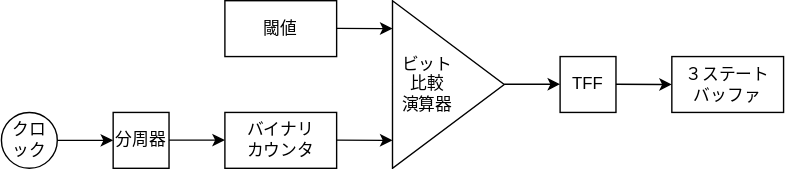
Before: Lab/Computer/Micon/PWM/img/circuit.drawio.svg, a diagram exported from draw.io (amane-uehara/kanade-k-1228.github.io). Source tidied: cells renumbered, new cells last; positions are measured from the earlier drawing's top-left corner, leaving out a move shared by most shapes. The source it was exported from:
```xml
<mxGraphModel>
  <root>
    <mxCell id="0" />
    <mxCell id="1" parent="0" />
    <mxCell id="2" value="バイナリ&lt;br&gt;カウンタ" style="rounded=0;whiteSpace=wrap;html=1;" parent="1" vertex="1">
      <mxGeometry x="160" y="80" width="80" height="40" as="geometry" />
    </mxCell>
    <mxCell id="3" value="閾値" style="rounded=0;whiteSpace=wrap;html=1;" parent="1" vertex="1">
      <mxGeometry x="160" width="80" height="40" as="geometry" />
    </mxCell>
    <mxCell id="4" style="triangle;whiteSpace=wrap;html=1;" parent="1" vertex="1">
      <mxGeometry x="280" width="80" height="120" as="geometry" />
    </mxCell>
    <mxCell id="5" value="クロ&lt;br&gt;ック" style="ellipse;whiteSpace=wrap;html=1;" parent="1" vertex="1">
      <mxGeometry y="80" width="40" height="40" as="geometry" />
    </mxCell>
    <mxCell id="6" style="endArrow=classic;html=1;" parent="1" edge="1">
      <mxGeometry relative="1" as="geometry">
        <mxPoint x="120" y="99.8" as="sourcePoint" />
        <mxPoint x="160" y="99.8" as="targetPoint" />
      </mxGeometry>
    </mxCell>
    <mxCell id="7" style="endArrow=classic;html=1;" parent="1" edge="1">
      <mxGeometry relative="1" as="geometry">
        <mxPoint x="240" y="19.8" as="sourcePoint" />
        <mxPoint x="280" y="20" as="targetPoint" />
      </mxGeometry>
    </mxCell>
    <mxCell id="8" style="endArrow=classic;html=1;" parent="1" edge="1">
      <mxGeometry relative="1" as="geometry">
        <mxPoint x="240" y="99.8" as="sourcePoint" />
        <mxPoint x="280" y="100" as="targetPoint" />
      </mxGeometry>
    </mxCell>
    <mxCell id="9" style="endArrow=classic;html=1;" parent="1" edge="1">
      <mxGeometry relative="1" as="geometry">
        <mxPoint x="360" y="59.8" as="sourcePoint" />
        <mxPoint x="400" y="59.8" as="targetPoint" />
      </mxGeometry>
    </mxCell>
    <mxCell id="10" value="TFF" style="rounded=0;whiteSpace=wrap;html=1;" parent="1" vertex="1">
      <mxGeometry x="400" y="40" width="40" height="40" as="geometry" />
    </mxCell>
    <mxCell id="11" value="ビット&lt;br&gt;比較&lt;br&gt;演算器" style="text;html=1;strokeColor=none;fillColor=none;align=center;verticalAlign=middle;whiteSpace=wrap;rounded=0;" parent="1" vertex="1">
      <mxGeometry x="280" y="40" width="50" height="40" as="geometry" />
    </mxCell>
    <mxCell id="12" value="分周器" style="rounded=0;whiteSpace=wrap;html=1;" parent="1" vertex="1">
      <mxGeometry x="80" y="80" width="40" height="40" as="geometry" />
    </mxCell>
    <mxCell id="13" style="endArrow=classic;html=1;" parent="1" edge="1">
      <mxGeometry relative="1" as="geometry">
        <mxPoint x="40" y="100" as="sourcePoint" />
        <mxPoint x="80" y="100" as="targetPoint" />
      </mxGeometry>
    </mxCell>
    <mxCell id="14" value="３ステート&lt;br&gt;バッファ" style="rounded=0;whiteSpace=wrap;html=1;" parent="1" vertex="1">
      <mxGeometry x="480" y="40" width="80" height="40" as="geometry" />
    </mxCell>
    <mxCell id="15" style="endArrow=classic;html=1;" parent="1" edge="1">
      <mxGeometry relative="1" as="geometry">
        <mxPoint x="440" y="59.8" as="sourcePoint" />
        <mxPoint x="480" y="60" as="targetPoint" />
      </mxGeometry>
    </mxCell>
  </root>
</mxGraphModel>
```
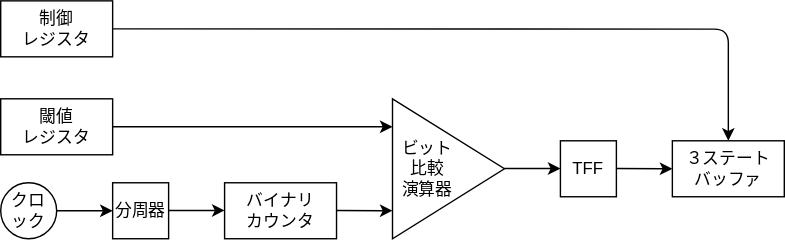
Above is the later version.

Change to the diagram source:
```diff
@@ -3,64 +3,76 @@
     <mxCell id="0" />
     <mxCell id="1" parent="0" />
     <mxCell id="2" value="バイナリ&lt;br&gt;カウンタ" style="rounded=0;whiteSpace=wrap;html=1;" parent="1" vertex="1">
-      <mxGeometry x="160" y="80" width="80" height="40" as="geometry" />
+      <mxGeometry x="160" y="130" width="80" height="40" as="geometry" />
     </mxCell>
-    <mxCell id="3" value="閾値" style="rounded=0;whiteSpace=wrap;html=1;" parent="1" vertex="1">
-      <mxGeometry x="160" width="80" height="40" as="geometry" />
+    <mxCell id="3" value="閾値&lt;br&gt;レジスタ" style="rounded=0;whiteSpace=wrap;html=1;" parent="1" vertex="1">
+      <mxGeometry y="70" width="80" height="40" as="geometry" />
     </mxCell>
     <mxCell id="4" style="triangle;whiteSpace=wrap;html=1;" parent="1" vertex="1">
-      <mxGeometry x="280" width="80" height="120" as="geometry" />
+      <mxGeometry x="280" y="70" width="80" height="100" as="geometry" />
     </mxCell>
     <mxCell id="5" value="クロ&lt;br&gt;ック" style="ellipse;whiteSpace=wrap;html=1;" parent="1" vertex="1">
-      <mxGeometry y="80" width="40" height="40" as="geometry" />
+      <mxGeometry y="130" width="40" height="40" as="geometry" />
     </mxCell>
     <mxCell id="6" style="endArrow=classic;html=1;" parent="1" edge="1">
       <mxGeometry relative="1" as="geometry">
-        <mxPoint x="120" y="99.8" as="sourcePoint" />
-        <mxPoint x="160" y="99.8" as="targetPoint" />
+        <mxPoint x="120" y="149.8" as="sourcePoint" />
+        <mxPoint x="160" y="149.8" as="targetPoint" />
       </mxGeometry>
     </mxCell>
     <mxCell id="7" style="endArrow=classic;html=1;" parent="1" edge="1">
       <mxGeometry relative="1" as="geometry">
-        <mxPoint x="240" y="19.8" as="sourcePoint" />
-        <mxPoint x="280" y="20" as="targetPoint" />
+        <mxPoint x="80" y="90" as="sourcePoint" />
+        <mxPoint x="280" y="90" as="targetPoint" />
       </mxGeometry>
     </mxCell>
     <mxCell id="8" style="endArrow=classic;html=1;" parent="1" edge="1">
       <mxGeometry relative="1" as="geometry">
-        <mxPoint x="240" y="99.8" as="sourcePoint" />
-        <mxPoint x="280" y="100" as="targetPoint" />
+        <mxPoint x="240" y="149.8" as="sourcePoint" />
+        <mxPoint x="280" y="150" as="targetPoint" />
       </mxGeometry>
     </mxCell>
     <mxCell id="9" style="endArrow=classic;html=1;" parent="1" edge="1">
       <mxGeometry relative="1" as="geometry">
-        <mxPoint x="360" y="59.8" as="sourcePoint" />
-        <mxPoint x="400" y="59.8" as="targetPoint" />
+        <mxPoint x="360" y="119.8" as="sourcePoint" />
+        <mxPoint x="400" y="119.8" as="targetPoint" />
       </mxGeometry>
     </mxCell>
     <mxCell id="10" value="TFF" style="rounded=0;whiteSpace=wrap;html=1;" parent="1" vertex="1">
-      <mxGeometry x="400" y="40" width="40" height="40" as="geometry" />
+      <mxGeometry x="400" y="100" width="40" height="40" as="geometry" />
     </mxCell>
     <mxCell id="11" value="ビット&lt;br&gt;比較&lt;br&gt;演算器" style="text;html=1;strokeColor=none;fillColor=none;align=center;verticalAlign=middle;whiteSpace=wrap;rounded=0;" parent="1" vertex="1">
-      <mxGeometry x="280" y="40" width="50" height="40" as="geometry" />
+      <mxGeometry x="280" y="100" width="50" height="40" as="geometry" />
     </mxCell>
     <mxCell id="12" value="分周器" style="rounded=0;whiteSpace=wrap;html=1;" parent="1" vertex="1">
-      <mxGeometry x="80" y="80" width="40" height="40" as="geometry" />
+      <mxGeometry x="80" y="130" width="40" height="40" as="geometry" />
     </mxCell>
     <mxCell id="13" style="endArrow=classic;html=1;" parent="1" edge="1">
       <mxGeometry relative="1" as="geometry">
-        <mxPoint x="40" y="100" as="sourcePoint" />
-        <mxPoint x="80" y="100" as="targetPoint" />
+        <mxPoint x="40" y="150" as="sourcePoint" />
+        <mxPoint x="80" y="150" as="targetPoint" />
       </mxGeometry>
     </mxCell>
     <mxCell id="14" value="３ステート&lt;br&gt;バッファ" style="rounded=0;whiteSpace=wrap;html=1;" parent="1" vertex="1">
-      <mxGeometry x="480" y="40" width="80" height="40" as="geometry" />
+      <mxGeometry x="480" y="100" width="80" height="40" as="geometry" />
     </mxCell>
     <mxCell id="15" style="endArrow=classic;html=1;" parent="1" edge="1">
       <mxGeometry relative="1" as="geometry">
-        <mxPoint x="440" y="59.8" as="sourcePoint" />
-        <mxPoint x="480" y="60" as="targetPoint" />
+        <mxPoint x="440" y="119.8" as="sourcePoint" />
+        <mxPoint x="480" y="120" as="targetPoint" />
       </mxGeometry>
     </mxCell>
+    <mxCell id="16" value="制御&lt;br&gt;レジスタ" style="rounded=0;whiteSpace=wrap;html=1;" parent="1" vertex="1">
+      <mxGeometry width="80" height="40" as="geometry" />
+    </mxCell>
+    <mxCell id="17" style="endArrow=classic;html=1;" parent="1" edge="1">
+      <mxGeometry relative="1" as="geometry">
+        <mxPoint x="80" y="20" as="sourcePoint" />
+        <mxPoint x="520" y="100" as="targetPoint" />
+        <Array as="points">
+          <mxPoint x="520" y="20.2" />
+        </Array>
+      </mxGeometry>
+    </mxCell>
   </root>
 </mxGraphModel>
```
